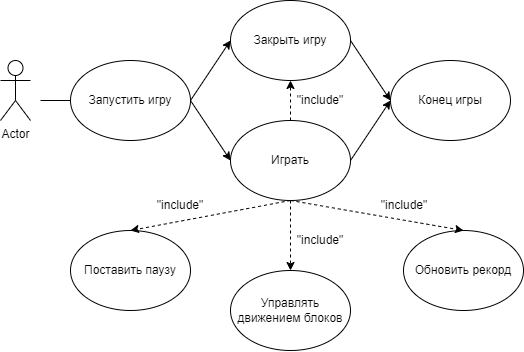
Beilin-Dmitriy-050504/TRiTPO keeps this draw.io diagram as SDS/illustrations/usecase.png. Above is the earlier version. Source tidied: cells renumbered, new cells last; positions are measured from the earlier drawing's top-left corner, leaving out a move shared by most shapes.
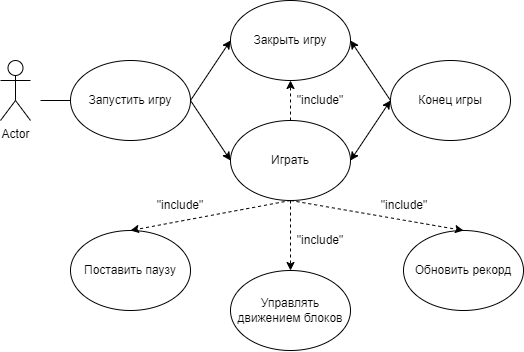
Above is the later version.

Diff of the diagram source:
```diff
@@ -48,12 +48,6 @@
     <mxCell id="15" style="endArrow=classic;html=1;rounded=0;dashed=1;exitX=0.5;exitY=1;exitDx=0;exitDy=0;entryX=0.5;entryY=0;entryDx=0;entryDy=0;" parent="1" edge="1" source="5" target="9">
       <mxGeometry relative="1" as="geometry" />
     </mxCell>
-    <mxCell id="16" style="endArrow=classic;html=1;rounded=0;exitX=1;exitY=0.5;exitDx=0;exitDy=0;entryX=0;entryY=0.5;entryDx=0;entryDy=0;" parent="1" edge="1" source="5" target="8">
-      <mxGeometry relative="1" as="geometry" />
-    </mxCell>
-    <mxCell id="17" style="endArrow=classic;html=1;rounded=0;exitX=1;exitY=0.5;exitDx=0;exitDy=0;entryX=0;entryY=0.5;entryDx=0;entryDy=0;" parent="1" edge="1" source="4" target="8">
-      <mxGeometry relative="1" as="geometry" />
-    </mxCell>
     <mxCell id="18" value="&quot;include&quot;" style="text;html=1;strokeColor=none;fillColor=none;align=center;verticalAlign=middle;whiteSpace=wrap;rounded=0;" parent="1" vertex="1">
       <mxGeometry x="374" y="190" width="60" height="30" as="geometry" />
     </mxCell>
@@ -71,5 +65,11 @@
     <mxCell id="22" value="&quot;include&quot;" style="text;html=1;strokeColor=none;fillColor=none;align=center;verticalAlign=middle;whiteSpace=wrap;rounded=0;" parent="1" vertex="1">
       <mxGeometry x="290" y="85" width="60" height="30" as="geometry" />
     </mxCell>
+    <mxCell id="23" style="endArrow=classic;html=1;rounded=0;exitX=0;exitY=0.5;exitDx=0;exitDy=0;entryX=1;entryY=0.5;entryDx=0;entryDy=0;" parent="1" edge="1" source="8" target="4">
+      <mxGeometry relative="1" as="geometry" />
+    </mxCell>
+    <mxCell id="16" style="endArrow=classic;startArrow=classic;html=1;rounded=0;exitX=1;exitY=0.5;exitDx=0;exitDy=0;entryX=0;entryY=0.5;entryDx=0;entryDy=0;" parent="1" edge="1" source="5" target="8">
+      <mxGeometry relative="1" as="geometry" />
+    </mxCell>
   </root>
 </mxGraphModel>
```
